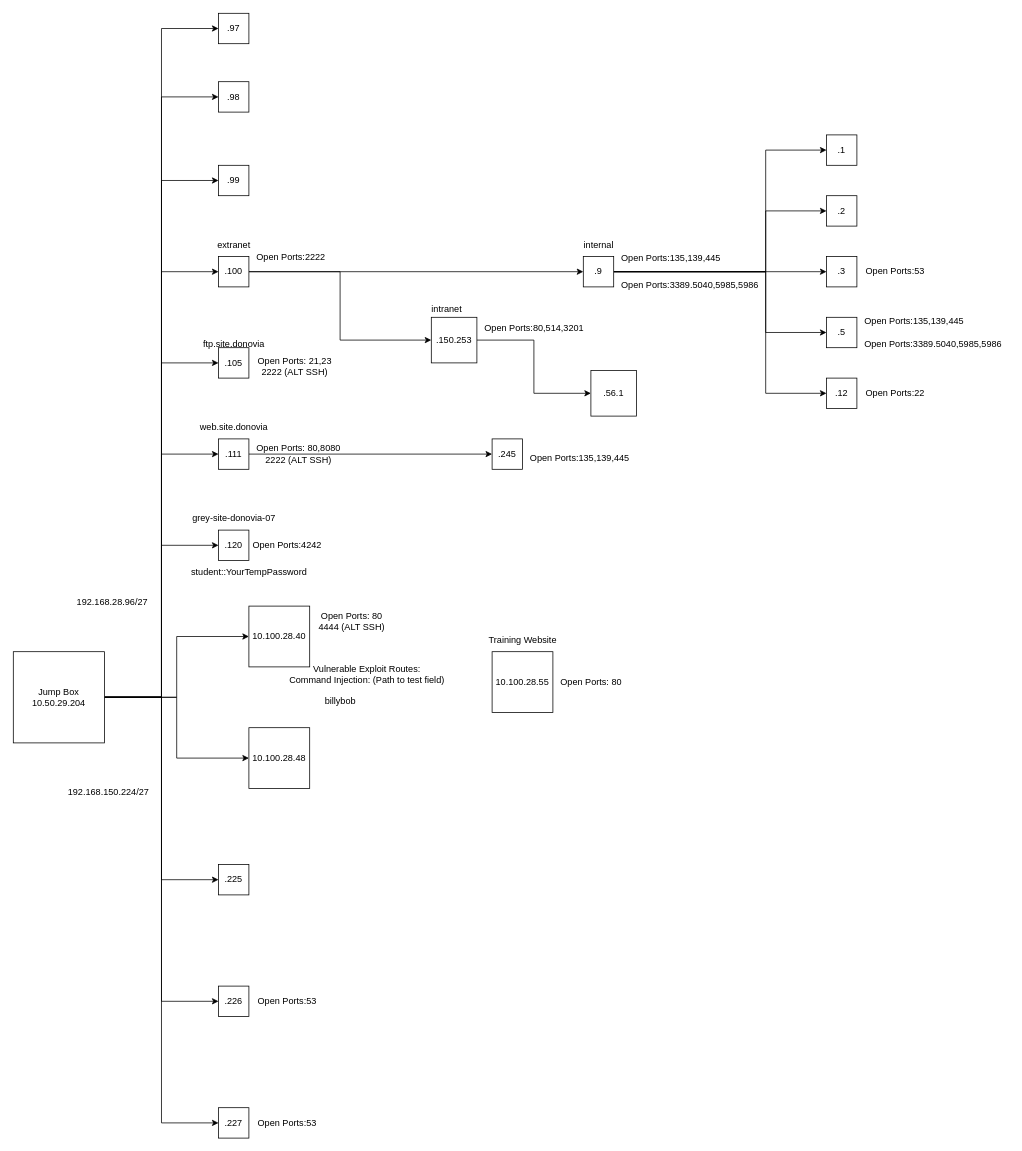
The draw.io diagram Security/Untitled Diagram.drawio in LukeaBrown/COSC, before the edit. Source tidied: cells renumbered, new cells numbered last; positions are measured from the earlier drawing's top-left corner, leaving out a move shared by most shapes. Both pictures are drawn from the tidied source at 76%, with x=0, y=0 at pixel (13, 13).
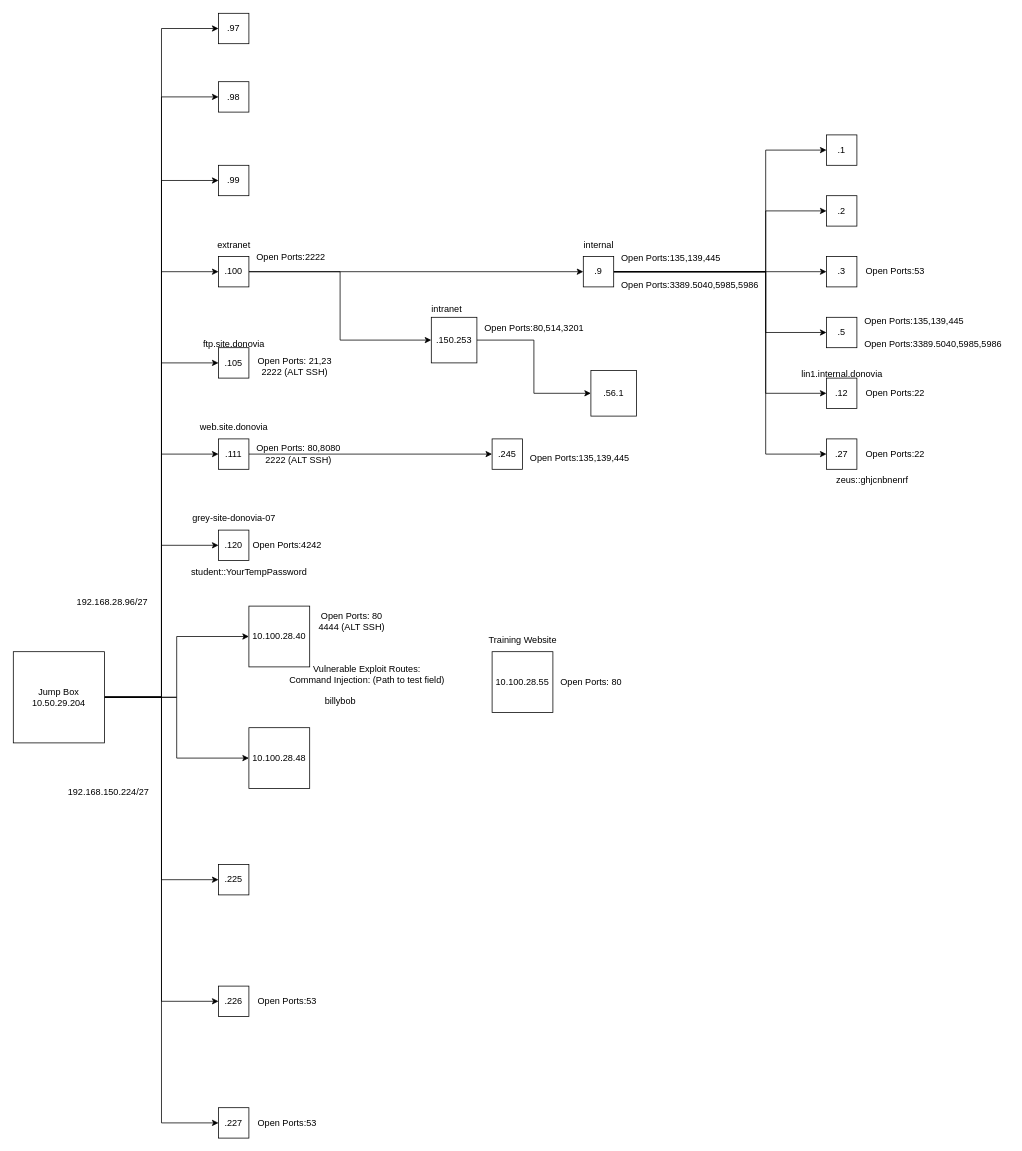
The same page after the edit.

Unchanged cells that the change refers to:
```xml
<mxCell id="58" value=".9" style="whiteSpace=wrap;html=1;" parent="1" vertex="1">
  <mxGeometry x="750" y="320" width="40" height="40" as="geometry" />
</mxCell>
```

What changed in the source:
```diff
@@
+    <mxCell id="75" style="edgeStyle=orthogonalEdgeStyle;rounded=0;jettySize=auto;html=1;entryX=0;entryY=0.5;entryDx=0;entryDy=0;" parent="1" edge="1" source="58" target="76">
+      <mxGeometry relative="1" as="geometry">
+        <Array as="points">
+          <mxPoint x="990" y="340" />
+        </Array>
+      </mxGeometry>
+    </mxCell>
@@
+    <mxCell id="76" value=".27" style="whiteSpace=wrap;html=1;" parent="1" vertex="1">
+      <mxGeometry x="1070" y="560" width="40" height="40" as="geometry" />
+    </mxCell>
+    <mxCell id="77" value="Open Ports:22" style="text;html=1;align=center;verticalAlign=middle;strokeColor=none;fillColor=none;" parent="1" vertex="1">
+      <mxGeometry x="1110" y="565" width="100" height="30" as="geometry" />
+    </mxCell>
+    <mxCell id="78" value="lin1.internal.donovia" style="text;html=1;align=center;verticalAlign=middle;strokeColor=none;fillColor=none;" parent="1" vertex="1">
+      <mxGeometry x="1025" y="460" width="130" height="30" as="geometry" />
+    </mxCell>
+    <mxCell id="79" value="zeus::ghjcnbnenrf" style="text;html=1;align=center;verticalAlign=middle;strokeColor=none;fillColor=none;" parent="1" vertex="1">
+      <mxGeometry x="1070" y="600" width="120" height="30" as="geometry" />
+    </mxCell>
```
